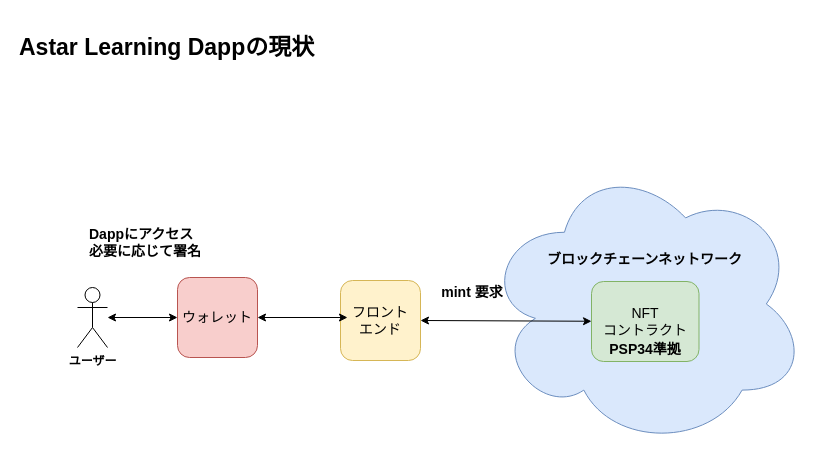
Earlier version of the draw.io diagram page "現状" (1 of 3) of docs/システム構成イメージ.drawio (mashharuki/AstarLearning). Source tidied: cells renumbered, new cells numbered last; positions are measured from the earlier drawing's top-left corner, leaving out a move shared by most shapes. Both pictures are drawn from the tidied source at 100%, with x=0, y=0 at pixel (17, 17).
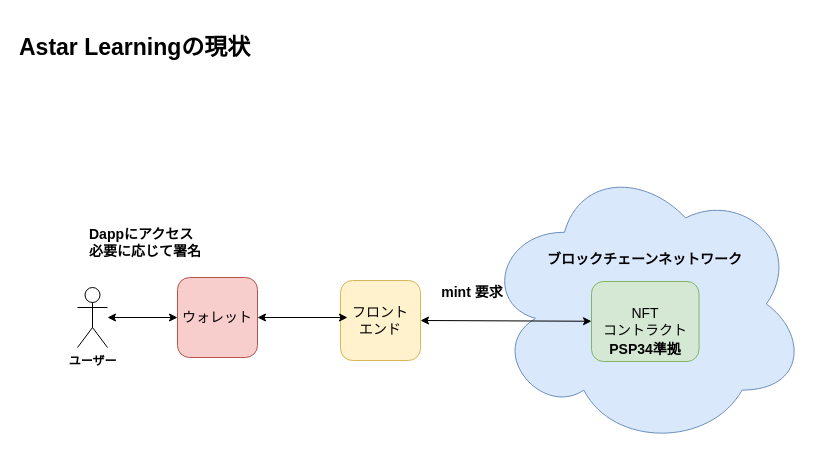
Above is the later version.

The edit, as a diff of the source:
```diff
@@
 <mxGraphModel>
   <root>
     <mxCell id="0" />
     <mxCell id="1" parent="0" />
     <mxCell id="2" value="&lt;b&gt;ユーザー&lt;/b&gt;" style="shape=umlActor;verticalLabelPosition=bottom;verticalAlign=top;html=1;outlineConnect=0;" parent="1" vertex="1">
       <mxGeometry x="60" y="270" width="30" height="60" as="geometry" />
     </mxCell>
     <mxCell id="3" value="&lt;br&gt;&lt;br&gt;&lt;br&gt;&lt;br&gt;&lt;br&gt;ブロックチェーンネットワーク" style="ellipse;shape=cloud;whiteSpace=wrap;html=1;fillColor=#dae8fc;strokeColor=#6c8ebf;verticalAlign=top;fontStyle=1;fontSize=14;" parent="1" vertex="1">
       <mxGeometry x="466.2" y="143" width="323" height="287" as="geometry" />
     </mxCell>
     <mxCell id="4" value="ウォレット" style="rounded=1;whiteSpace=wrap;html=1;fontSize=14;fillColor=#f8cecc;strokeColor=#b85450;" parent="1" vertex="1">
       <mxGeometry x="160" y="260" width="80" height="80" as="geometry" />
     </mxCell>
     <mxCell id="5" value="フロント&lt;br&gt;エンド" style="rounded=1;whiteSpace=wrap;html=1;fontSize=14;fillColor=#fff2cc;strokeColor=#d6b656;" parent="1" vertex="1">
       <mxGeometry x="323" y="263" width="80" height="80" as="geometry" />
     </mxCell>
     <mxCell id="6" value="NFT&lt;br&gt;コントラクト" style="rounded=1;whiteSpace=wrap;html=1;fontSize=14;fillColor=#d5e8d4;strokeColor=#82b366;" parent="1" vertex="1">
       <mxGeometry x="574" y="264" width="107.5" height="80" as="geometry" />
     </mxCell>
     <mxCell id="7" style="endArrow=classic;startArrow=classic;html=1;rounded=0;fontSize=14;exitX=1;exitY=0.5;exitDx=0;exitDy=0;" parent="1" edge="1" source="5" target="6">
       <mxGeometry relative="1" as="geometry" />
     </mxCell>
     <mxCell id="8" style="endArrow=classic;startArrow=classic;html=1;rounded=0;fontSize=14;exitX=1;exitY=0.5;exitDx=0;exitDy=0;" parent="1" edge="1" source="4">
       <mxGeometry relative="1" as="geometry">
         <mxPoint x="330" y="300" as="targetPoint" />
       </mxGeometry>
     </mxCell>
     <mxCell id="9" style="endArrow=classic;startArrow=classic;html=1;rounded=0;fontSize=14;entryX=0;entryY=0.5;entryDx=0;entryDy=0;" parent="1" edge="1" source="2" target="4">
       <mxGeometry relative="1" as="geometry" />
     </mxCell>
     <mxCell id="10" value="Dappにアクセス&lt;br&gt;必要に応じて署名" style="text;html=1;strokeColor=none;fillColor=none;align=left;verticalAlign=middle;whiteSpace=wrap;rounded=0;fontSize=14;fontStyle=1;" parent="1" vertex="1">
       <mxGeometry x="70" y="210" width="130" height="30" as="geometry" />
     </mxCell>
     <mxCell id="11" value="mint 要求" style="text;html=1;strokeColor=none;fillColor=none;align=center;verticalAlign=middle;whiteSpace=wrap;rounded=0;fontSize=14;fontStyle=1;" parent="1" vertex="1">
       <mxGeometry x="410" y="260" width="90" height="30" as="geometry" />
     </mxCell>
-    <mxCell id="12" value="Astar Learning Dappの現状" style="text;html=1;strokeColor=none;fillColor=none;align=left;verticalAlign=middle;whiteSpace=wrap;rounded=0;fontSize=23;fontStyle=1;" parent="1" vertex="1">
+    <mxCell id="12" value="Astar Learningの現状" style="text;html=1;strokeColor=none;fillColor=none;align=left;verticalAlign=middle;whiteSpace=wrap;rounded=0;fontSize=23;fontStyle=1;" parent="1" vertex="1">
       <mxGeometry width="330" height="60" as="geometry" />
     </mxCell>
     <mxCell id="13" value="PSP34準拠" style="text;html=1;strokeColor=none;fillColor=none;align=center;verticalAlign=middle;whiteSpace=wrap;rounded=0;fontSize=14;fontStyle=1;" parent="1" vertex="1">
       <mxGeometry x="582.8" y="317" width="90" height="30" as="geometry" />
     </mxCell>
   </root>
 </mxGraphModel>
```
